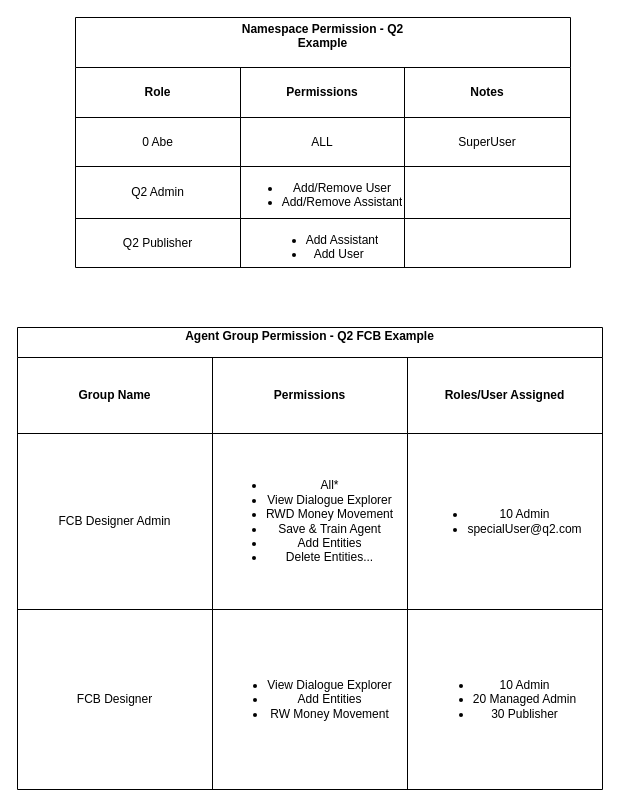
This is page "Alpha Example" (4 of 4) of Untitled Diagram.drawio from toyabeai/diagrams, a draw.io file, before an edit. Source tidied: cells renumbered, new cells numbered last; positions are measured from the earlier drawing's top-left corner, leaving out a move shared by most shapes. Both pictures are drawn from the tidied source at 100%, with x=0, y=0 at pixel (17, 17).
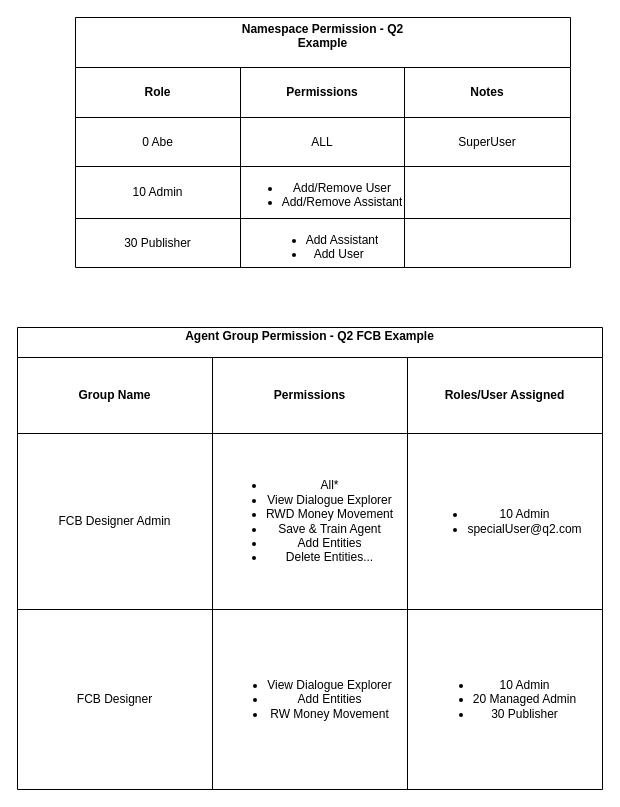
The same page after the edit.

Unchanged cells that the change refers to:
```xml
<mxCell id="11" style="shape=tableRow;horizontal=0;startSize=0;swimlaneHead=0;swimlaneBody=0;top=0;left=0;bottom=0;right=0;fillColor=none;fontColor=#000000;" parent="2" vertex="1">
  <mxGeometry y="149" width="495" height="52" as="geometry" />
</mxCell>
<mxCell id="15" style="shape=tableRow;horizontal=0;startSize=0;swimlaneHead=0;swimlaneBody=0;top=0;left=0;bottom=0;right=0;fillColor=none;fontColor=#000000;" parent="2" vertex="1">
  <mxGeometry y="201" width="495" height="49" as="geometry" />
</mxCell>
```

The edit, as a diff of the source:
```diff
@@
-    <mxCell id="12" value="Q2 Admin" style="shape=partialRectangle;html=1;whiteSpace=wrap;fillColor=none;top=0;left=0;bottom=0;right=0;overflow=hidden;fontColor=#000000;" parent="11" vertex="1">
+    <mxCell id="12" value="10 Admin" style="shape=partialRectangle;html=1;whiteSpace=wrap;fillColor=none;top=0;left=0;bottom=0;right=0;overflow=hidden;fontColor=#000000;" parent="11" vertex="1">
       <mxGeometry width="165" height="52" as="geometry" />
     </mxCell>
@@
-    <mxCell id="16" value="Q2 Publisher" style="shape=partialRectangle;html=1;whiteSpace=wrap;fillColor=none;top=0;left=0;bottom=0;right=0;overflow=hidden;fontColor=#000000;" parent="15" vertex="1">
+    <mxCell id="16" value="30 Publisher" style="shape=partialRectangle;html=1;whiteSpace=wrap;fillColor=none;top=0;left=0;bottom=0;right=0;overflow=hidden;fontColor=#000000;" parent="15" vertex="1">
       <mxGeometry width="165" height="49" as="geometry" />
     </mxCell>
```
